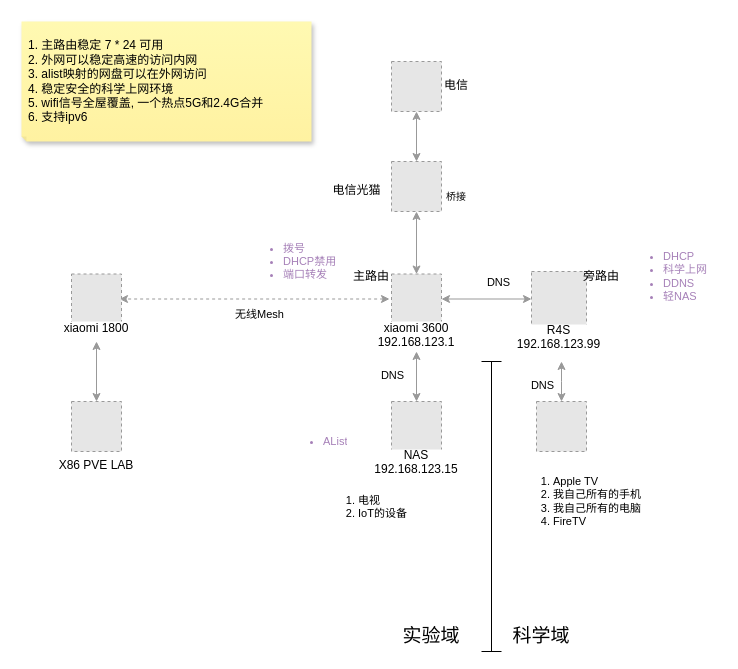
Above: page "Smart Home" (6 of 6) of openwrt.drawio in quboqin/drawio (draw.io), before the change. Source tidied: cells renumbered, new cells numbered last; positions are measured from the earlier drawing's top-left corner, leaving out a move shared by most shapes. Both pictures are drawn from the tidied source at 100%, with x=0, y=0 at pixel (21, 21). Pictures stored in the file or linked from it are replaced by grey dashed boxes.
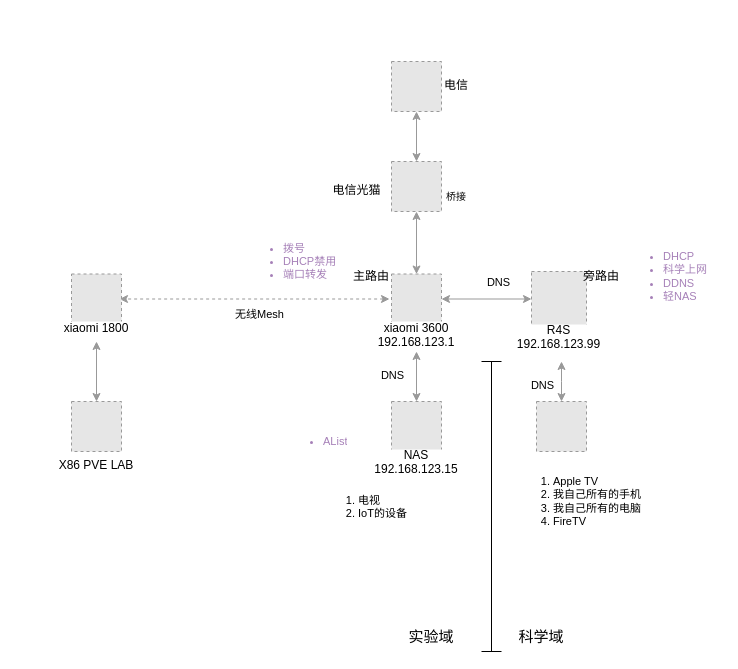
Above is the later version.

The edit, as a diff of the source:
```diff
@@
-    <mxCell id="19" value="&lt;span style=&quot;background-color: transparent; color: light-dark(rgb(0, 0, 0), rgb(237, 237, 237));&quot;&gt;1. 主路由稳定 7 * 24 可用&lt;/span&gt;&lt;br&gt;&lt;span style=&quot;background-color: transparent; color: light-dark(rgb(0, 0, 0), rgb(237, 237, 237));&quot;&gt;2. 外网可以稳定高速的访问内网&lt;/span&gt;&lt;div&gt;&lt;span style=&quot;background-color: transparent; color: light-dark(rgb(0, 0, 0), rgb(237, 237, 237));&quot;&gt;3. alist映射的网盘可以在外网访问&lt;/span&gt;&lt;/div&gt;&lt;div&gt;&lt;span style=&quot;background-color: transparent; color: light-dark(rgb(0, 0, 0), rgb(237, 237, 237));&quot;&gt;4. 稳定安全的科学上网环境&lt;/span&gt;&lt;/div&gt;&lt;div&gt;&lt;span style=&quot;background-color: transparent; color: light-dark(rgb(0, 0, 0), rgb(237, 237, 237));&quot;&gt;5. wifi信号全屋覆盖, 一个热点5G和2.4G合并&lt;/span&gt;&lt;/div&gt;&lt;div&gt;&lt;span style=&quot;background-color: transparent; color: light-dark(rgb(0, 0, 0), rgb(237, 237, 237));&quot;&gt;6. 支持ipv6&lt;/span&gt;&lt;/div&gt;" style="shape=note;whiteSpace=wrap;html=1;backgroundOutline=1;fontColor=#000000;darkOpacity=0.05;fillColor=#FFF9B2;strokeColor=none;fillStyle=solid;direction=west;gradientDirection=north;gradientColor=#FFF2A1;shadow=1;size=5;align=left;spacingLeft=5;" parent="1" vertex="1">
-      <mxGeometry width="290" height="120" as="geometry" />
-    </mxCell>
@@
-    <mxCell id="29" value="科学域" style="text;html=1;align=center;verticalAlign=middle;whiteSpace=wrap;rounded=0;fontFamily=Helvetica;fontSize=19;fontColor=default;labelBackgroundColor=default;" parent="1" vertex="1">
+    <mxCell id="29" value="科学域" style="text;html=1;align=center;verticalAlign=middle;whiteSpace=wrap;rounded=0;fontFamily=Helvetica;fontSize=15;fontColor=default;labelBackgroundColor=default;" parent="1" vertex="1">
       <mxGeometry x="490" y="600" width="60" height="30" as="geometry" />
     </mxCell>
-    <mxCell id="30" value="实验域" style="text;html=1;align=center;verticalAlign=middle;whiteSpace=wrap;rounded=0;fontFamily=Helvetica;fontSize=19;fontColor=default;labelBackgroundColor=default;" parent="1" vertex="1">
+    <mxCell id="30" value="实验域" style="text;html=1;align=center;verticalAlign=middle;whiteSpace=wrap;rounded=0;fontFamily=Helvetica;fontSize=15;fontColor=default;labelBackgroundColor=default;" parent="1" vertex="1">
       <mxGeometry x="380" y="600" width="60" height="30" as="geometry" />
     </mxCell>
```
